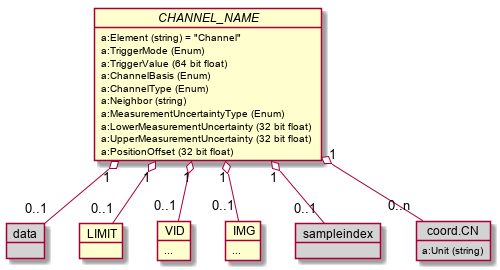
Above: images/generated/rcmdx_channel_group.png in OpenRailAssociation/rcm-dx (PlantUML), before the change.
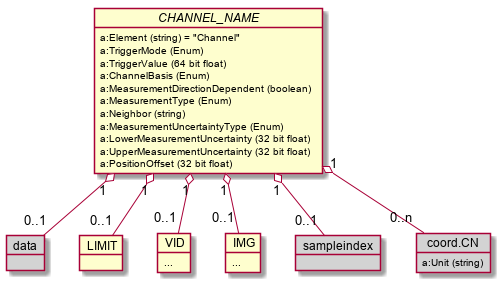
The same diagram one commit later.

Commit message:
Add attribute MeasurementDirectionDependent to Channel. Use a release version for this document.

Diff of the diagram source:
```diff
@@ -4,7 +4,8 @@
     a:TriggerMode (Enum)
     a:TriggerValue (64 bit float)
     a:ChannelBasis (Enum)
-    a:ChannelType (Enum)
+    a:MeasurementDirectionDependent (boolean)
+    a:MeasurementType (Enum)
     a:Neighbor (string)
     a:MeasurementUncertaintyType (Enum)
     a:LowerMeasurementUncertainty (32 bit float)
```
